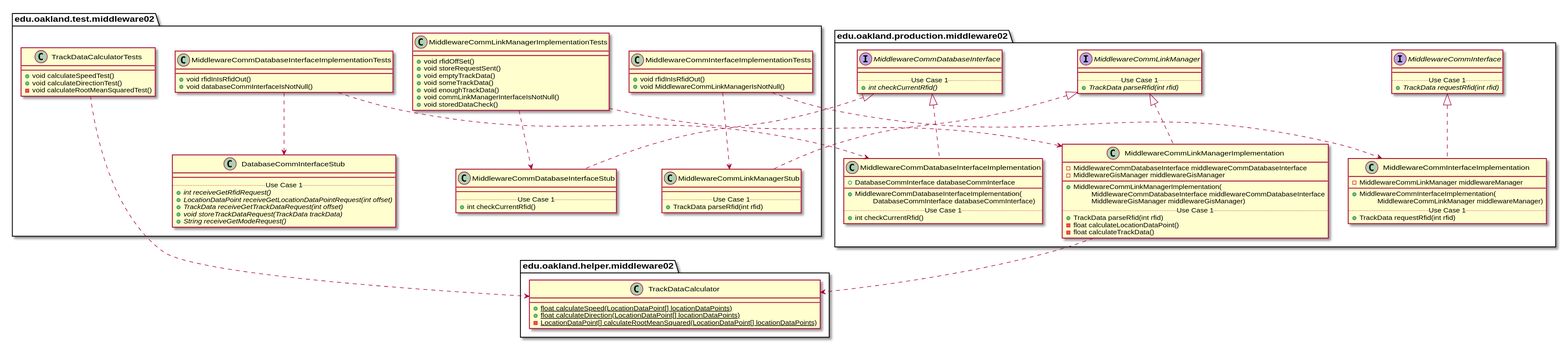
Earlier version of the PlantUML export docs/uml-class-diagrams/middleware02/Middleware02Packages_InternalDependencies.svg (andrewdimmer/csi-3370-software-project).
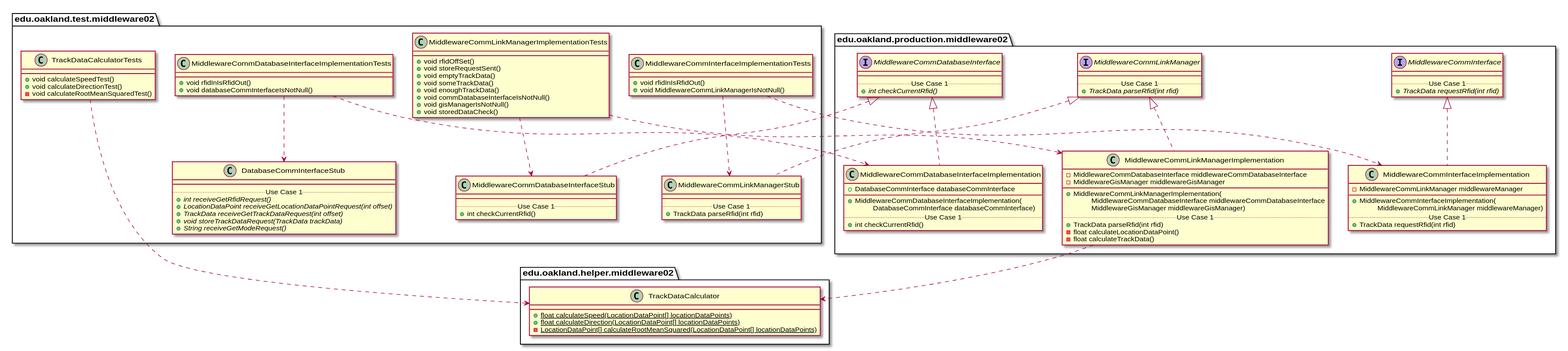
The same diagram one commit later.

Change to the diagram source:
```diff
@@ -125,7 +125,8 @@
         + void emptyTrackData()
         + void someTrackData()
         + void enoughTrackData()
-        + void commLinkManagerInterfaceIsNotNull()
+        + void commDatabaseInterfaceIsNotNull()
+        + void gisManagerIsNotNull()
         + void storedDataCheck()
     }
 }
```
